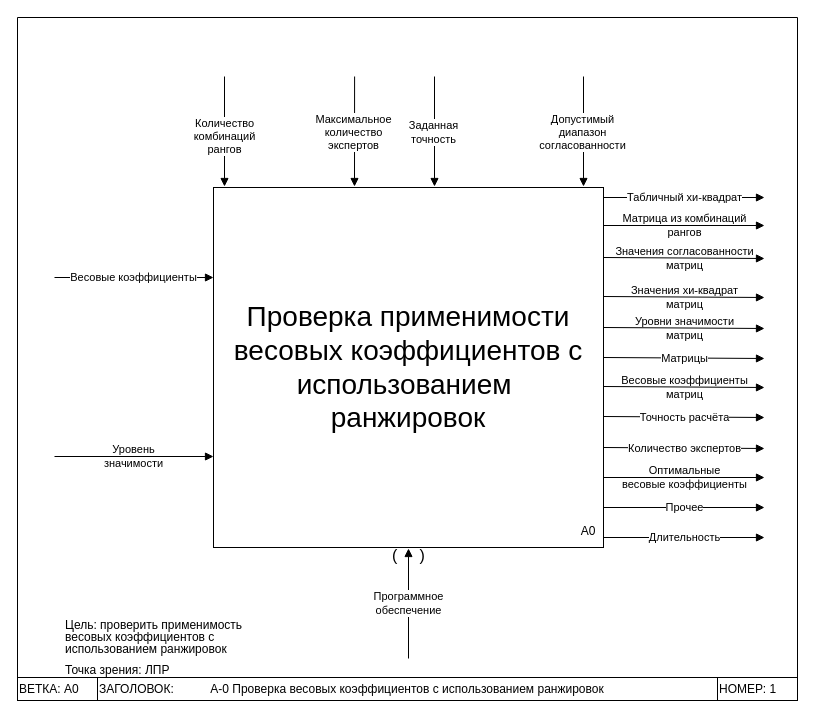
Above: page "Контекстная" (1 of 3) of draw_io/idef0 prog v2.drawio in Dimj1k/Works (draw.io), before the change. Source tidied: cells renumbered, new cells numbered last; positions are measured from the earlier drawing's top-left corner, leaving out a move shared by most shapes. Both pictures are drawn from the tidied source at 100%, with x=0, y=0 at pixel (17, 17).
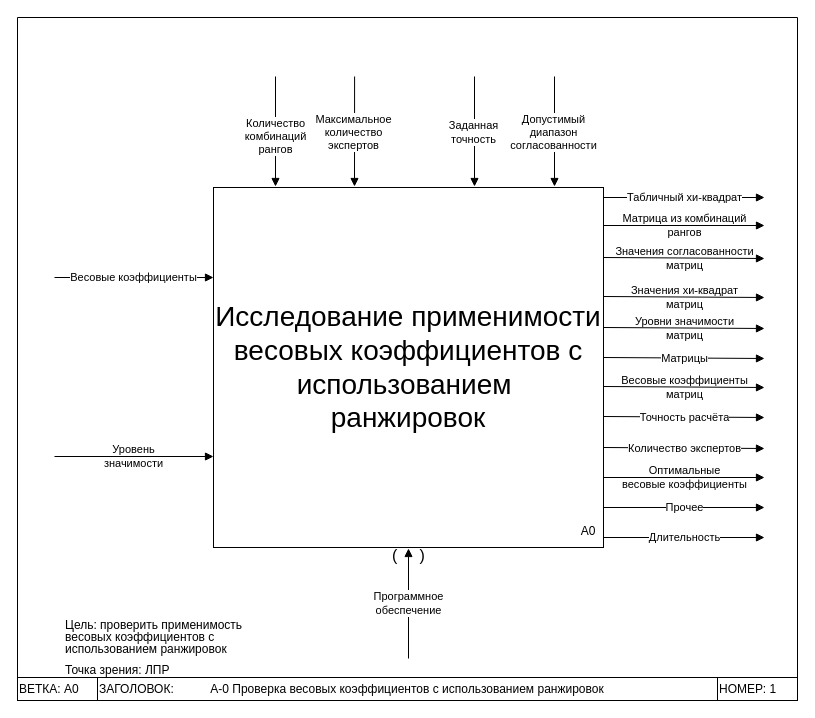
After the change.

The change refers to these unchanged cells:
```xml
<mxCell id="2" style="swimlane;direction=west;" parent="1" vertex="1">
  <mxGeometry width="780" height="683" as="geometry" />
</mxCell>
<mxCell id="21" style="group;" parent="1" vertex="1">
  <mxGeometry x="196" y="170" width="390" height="370" as="geometry" />
</mxCell>
```

Change to the diagram source:
```diff
@@
     <mxCell id="15" value="Количество&lt;br&gt;комбинаций&lt;br&gt;рангов" style="endArrow=block;html=1;rounded=0;entryX=0.105;entryY=0;entryDx=0;entryDy=0;endFill=1;entryPerimeter=0;" parent="2" edge="1">
       <mxGeometry x="0.09" relative="1" as="geometry">
-        <mxPoint x="207" y="59" as="sourcePoint" />
-        <mxPoint x="207" y="169" as="targetPoint" />
+        <mxPoint x="258" y="59" as="sourcePoint" />
+        <mxPoint x="258" y="169" as="targetPoint" />
       </mxGeometry>
     </mxCell>
     <mxCell id="16" value="Допустимый&lt;br&gt;диапазон&lt;br&gt;согласованности" style="endArrow=block;html=1;rounded=0;entryX=0.105;entryY=0;entryDx=0;entryDy=0;endFill=1;entryPerimeter=0;" parent="2" edge="1">
       <mxGeometry x="0.01" y="-1" relative="1" as="geometry">
-        <mxPoint x="566" y="59" as="sourcePoint" />
-        <mxPoint x="566" y="169" as="targetPoint" />
+        <mxPoint x="537" y="59" as="sourcePoint" />
+        <mxPoint x="537" y="169" as="targetPoint" />
       </mxGeometry>
     </mxCell>
     <mxCell id="17" value="Заданная&lt;br&gt;точность" style="endArrow=block;html=1;rounded=0;entryX=0.105;entryY=0;entryDx=0;entryDy=0;endFill=1;entryPerimeter=0;" parent="2" edge="1">
       <mxGeometry x="0.01" y="-1" relative="1" as="geometry">
-        <mxPoint x="417" y="59" as="sourcePoint" />
-        <mxPoint x="417" y="169" as="targetPoint" />
+        <mxPoint x="457" y="59" as="sourcePoint" />
+        <mxPoint x="457" y="169" as="targetPoint" />
       </mxGeometry>
     </mxCell>
@@
-    <mxCell id="22" value="&lt;span style=&quot;font-size: 28px;&quot;&gt;Проверка применимости весовых коэффициентов с использованием&amp;nbsp;&lt;br&gt;ранжировок&lt;/span&gt;" style="rounded=0;whiteSpace=wrap;html=1;" parent="21" vertex="1">
+    <mxCell id="22" value="&lt;span style=&quot;font-size: 28px;&quot;&gt;Исследование применимости весовых коэффициентов с использованием&amp;nbsp;&lt;br&gt;ранжировок&lt;/span&gt;" style="rounded=0;whiteSpace=wrap;html=1;" parent="21" vertex="1">
       <mxGeometry width="390" height="360" as="geometry" />
     </mxCell>
```
